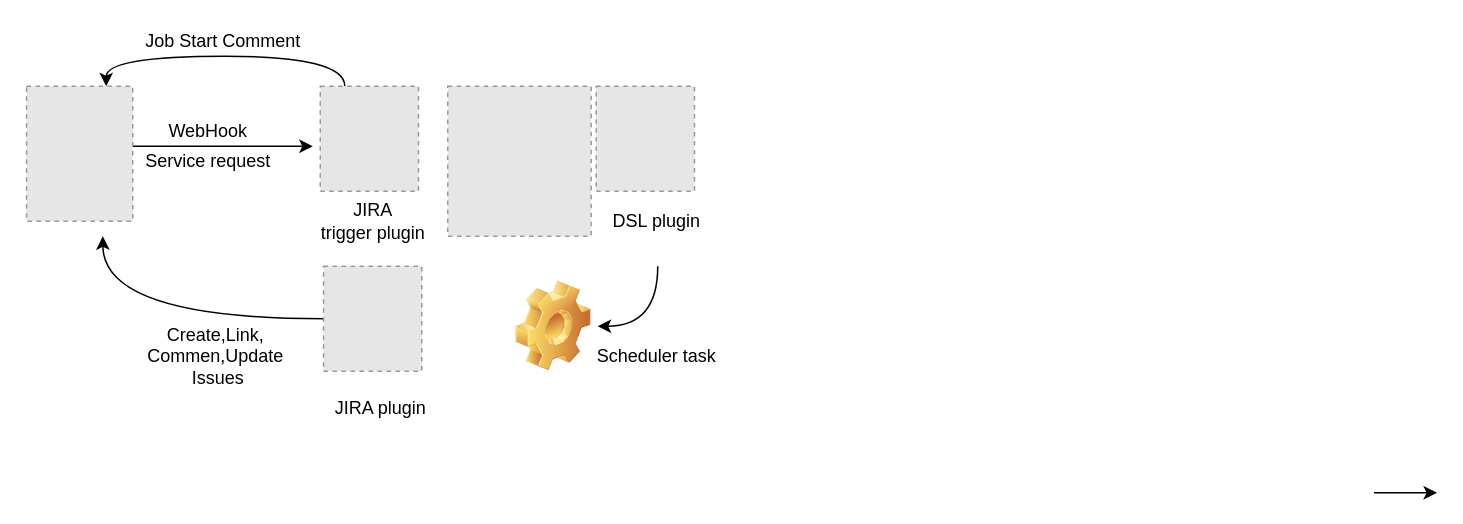
AntonSH87/epam_git keeps this draw.io diagram as Untitled Diagram.drawio. Above is the earlier version. Source tidied: cells renumbered, new cells numbered last; positions are measured from the earlier drawing's top-left corner, leaving out a move shared by most shapes. Both pictures are drawn from the tidied source at 150%, with x=0, y=0 at pixel (26, 26). Pictures stored in the file or linked from it are replaced by grey dashed boxes.
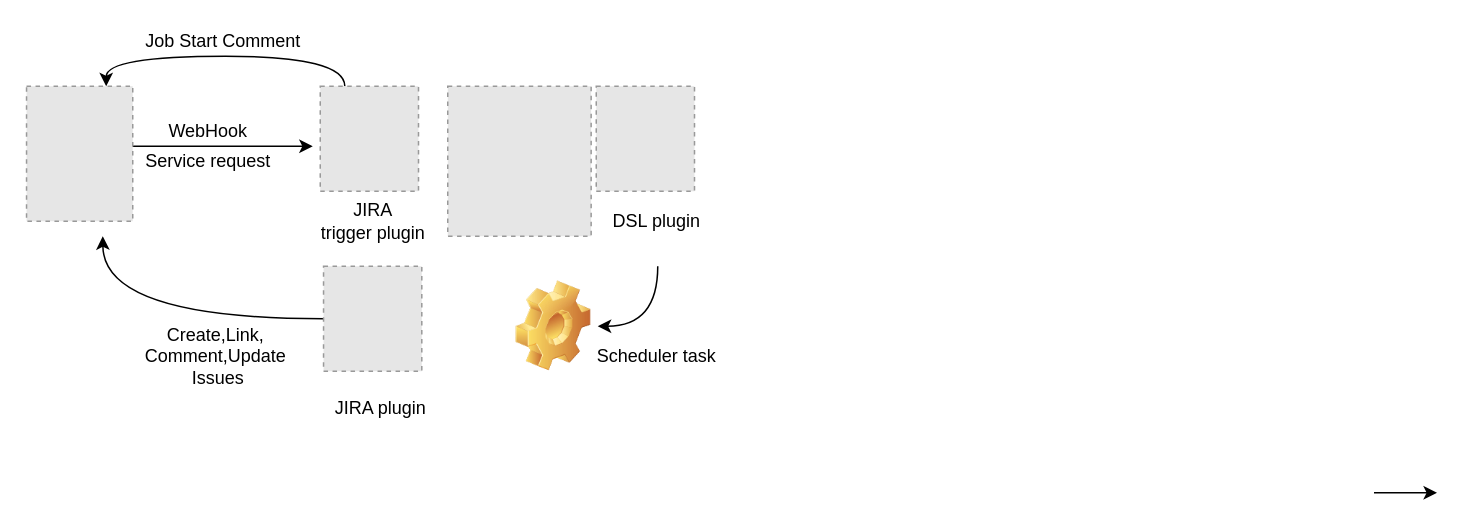
The same diagram, later.

Change to the diagram source:
```diff
@@
-    <mxCell id="15" value="Create,Link,&lt;br&gt;Commen,Update&lt;br&gt;&amp;nbsp;Issues" style="text;html=1;align=center;verticalAlign=middle;strokeColor=none;fillColor=none;" parent="1" vertex="1">
+    <mxCell id="15" value="Create,Link,&lt;br&gt;Comment,Update&lt;br&gt;&amp;nbsp;Issues" style="text;html=1;align=center;verticalAlign=middle;strokeColor=none;fillColor=none;" parent="1" vertex="1">
       <mxGeometry x="71" y="195" width="110" height="50" as="geometry" />
     </mxCell>
```
